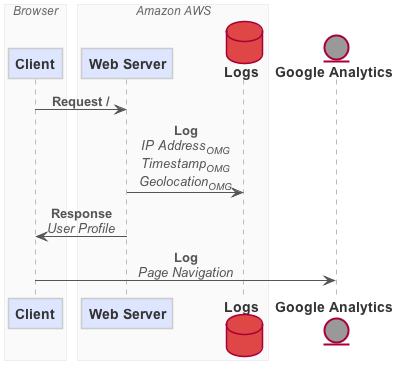
Earlier version of the PlantUML export examples/webapp.seq.png (sonyxperiadev/dataflow).
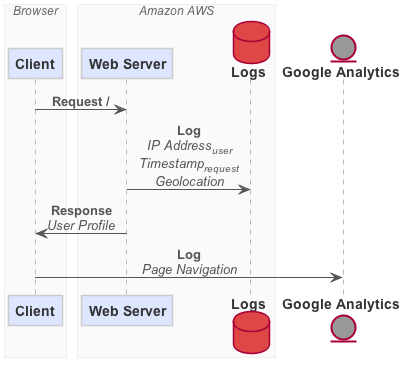
Above is the later version.

Diff of the diagram source:
```diff
@@ -37,7 +37,7 @@
 end box
 entity "Google Analytics" as analytics
 client -> server : <b>Request /</b>
-server -> logs : <b>Log</b>\n<i>IP Address<sub>OMG</sub></i>\n<i>Timestamp<sub>OMG</sub></i>\n<i>Geolocation<sub>OMG</sub></i>
+server -> logs : <b>Log</b>\n<i>IP Address<sub>user</sub></i>\n<i>Timestamp<sub>request</sub></i>\n<i>Geolocation</i>
 server -> client : <b>Response</b>\n<i>User Profile</i>
 client -> analytics : <b>Log</b>\n<i>Page Navigation</i>
 @enduml
```
